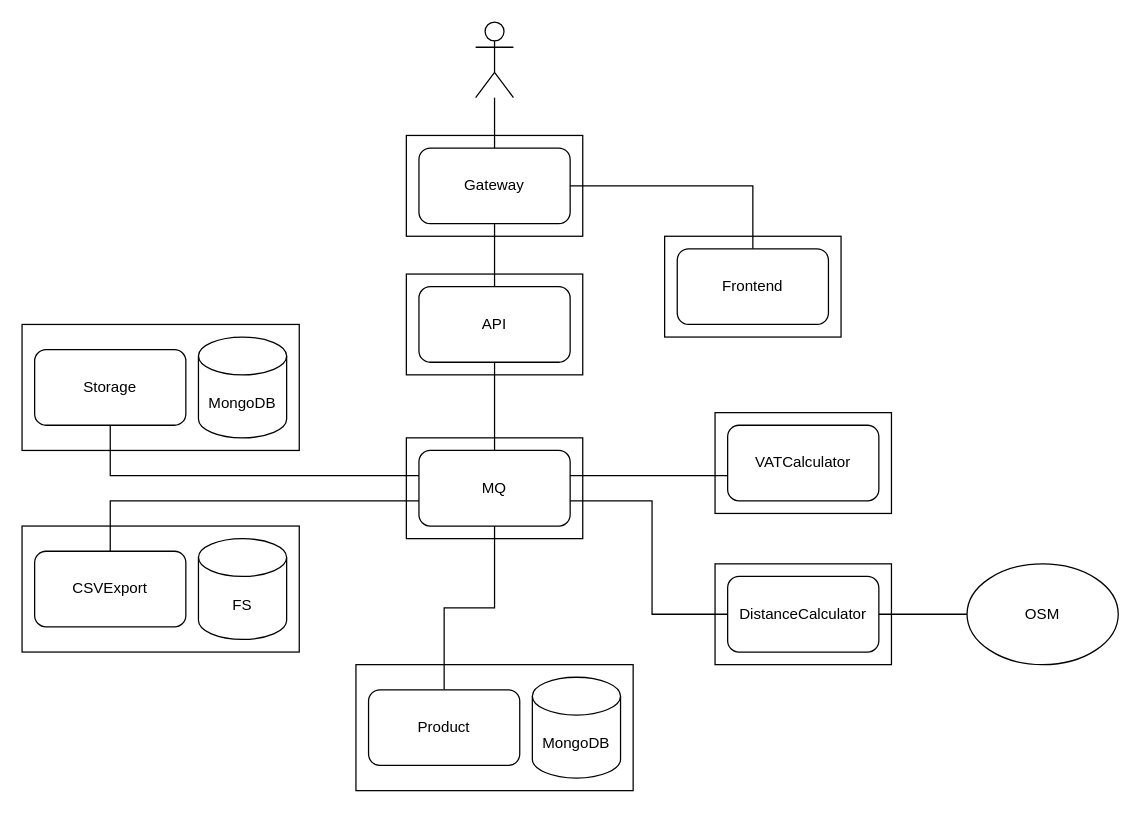
Before: Architecture.drawio in htw-kbe-jneidel/planning, a draw.io diagram. Source tidied: cells renumbered, new cells numbered last; positions are measured from the earlier drawing's top-left corner, leaving out a move shared by most shapes. Both pictures are drawn from the tidied source at 126%, with x=0, y=0 at pixel (21, 21).
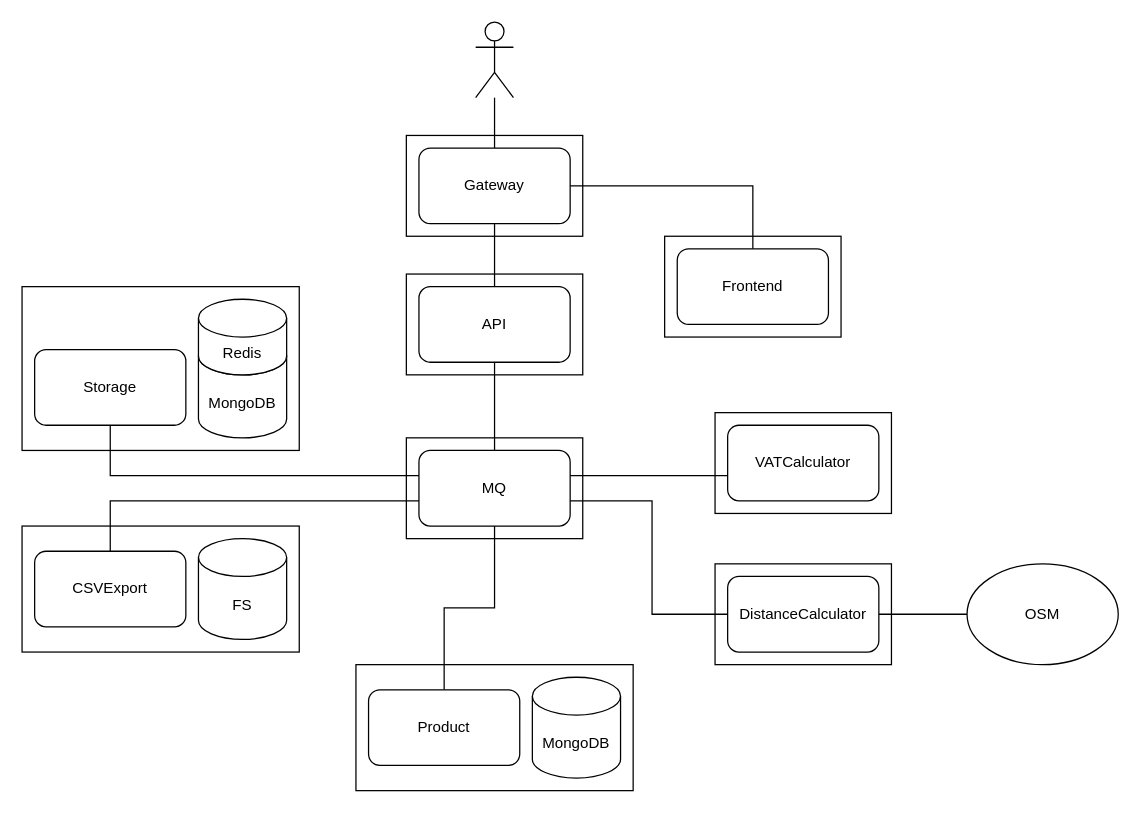
After the change.

Commit message:
Add redis to storage

What changed in the source:
```diff
@@
     <mxCell id="19" style="rounded=0;whiteSpace=wrap;html=1;" parent="1" vertex="1">
-      <mxGeometry y="240" width="220" height="100" as="geometry" />
+      <mxGeometry y="210" width="220" height="130" as="geometry" />
     </mxCell>
@@
+    <mxCell id="35" value="Redis" style="shape=cylinder3;whiteSpace=wrap;html=1;boundedLbl=1;backgroundOutline=1;size=15;" parent="1" vertex="1">
+      <mxGeometry x="140" y="220" width="70" height="60" as="geometry" />
+    </mxCell>
```
